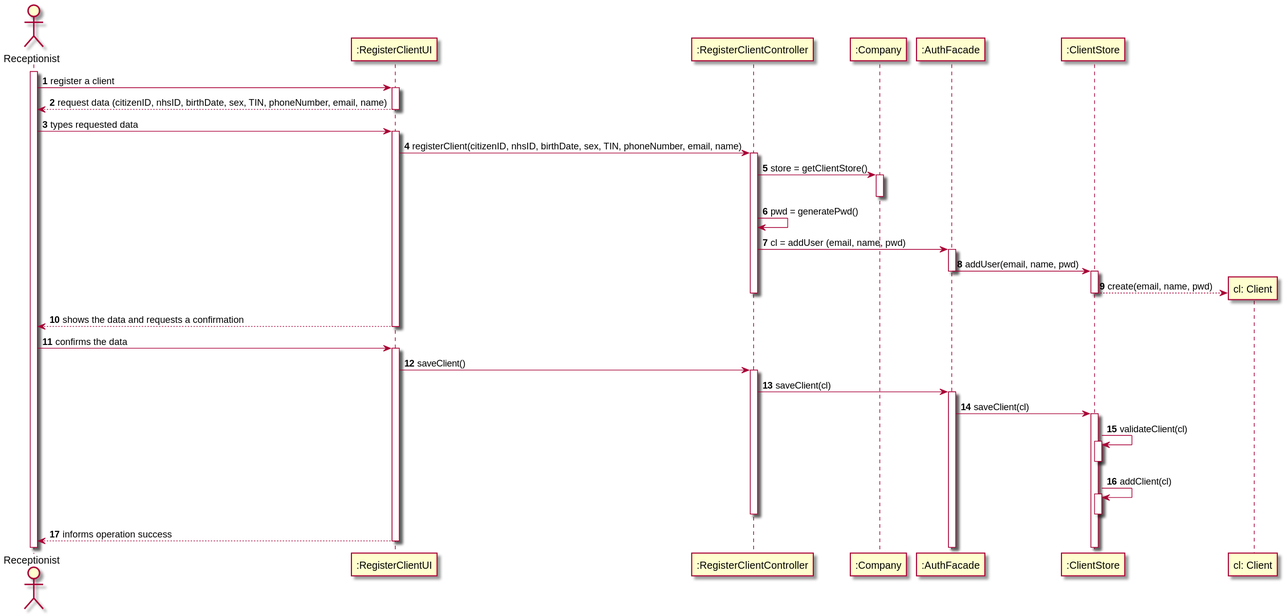
This is docs/SprintB/US03/US03-SD.svg from 0franciscor/lei-21-s2-1de-g19, a PlantUML export, as it was before one commit.
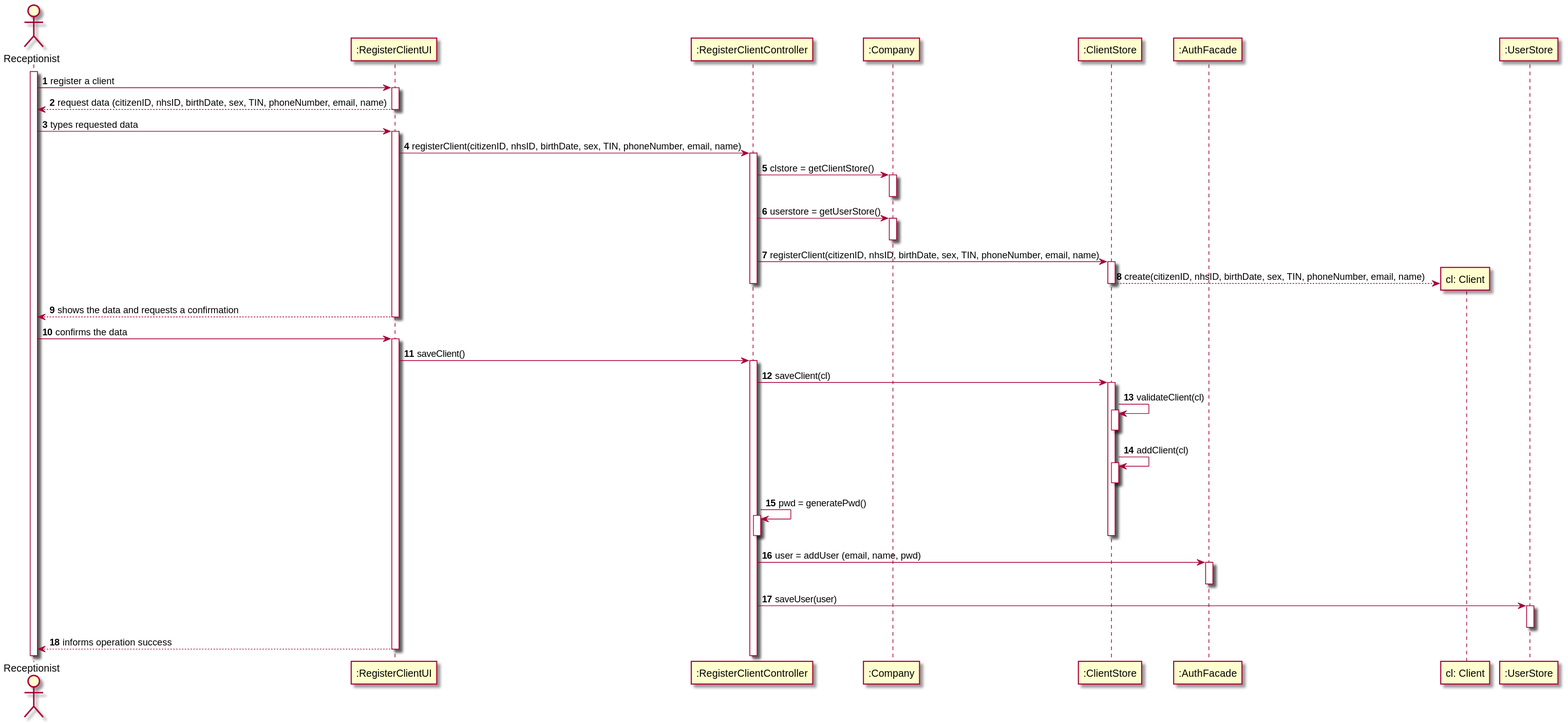
Later version of the same file.

Change to the diagram source:
```diff
@@ -14,19 +14,17 @@
 activate ":RegisterClientUI"
 ":RegisterClientUI" -> ":RegisterClientController": registerClient(citizenID, nhsID, birthDate, sex, TIN, phoneNumber, email, name)
 activate ":RegisterClientController"
-":RegisterClientController" -> ":Company": store = getClientStore()
+":RegisterClientController" -> ":Company": clstore = getClientStore()
 activate ":Company"
 deactivate ":Company"
-":RegisterClientController" -> ":RegisterClientController": pwd = generatePwd()
-":RegisterClientController" -> ":AuthFacade" : cl = addUser (email, name, pwd)
-
-activate ":AuthFacade"
-
-":AuthFacade" -> ":ClientStore": addUser(email, name, pwd)
+":RegisterClientController" -> ":Company": userstore = getUserStore()
+activate ":Company"
+deactivate ":Company"
+":RegisterClientController" -> ":ClientStore" : registerClient(citizenID, nhsID, birthDate, sex, TIN, phoneNumber, email, name)
 deactivate ":AuthFacade"
 activate ":ClientStore"
 create "cl: Client"
-":ClientStore" --> "cl: Client": create(email, name, pwd)
+":ClientStore" --> "cl: Client": create(citizenID, nhsID, birthDate, sex, TIN, phoneNumber, email, name)
 deactivate ":ClientStore"
 deactivate ":RegisterClientController"
 ":RegisterClientUI" --> R: shows the data and requests a confirmation
@@ -35,16 +33,23 @@
 activate ":RegisterClientUI"
 ":RegisterClientUI" -> ":RegisterClientController": saveClient()
 activate ":RegisterClientController"
-":RegisterClientController" -> ":AuthFacade" ++: saveClient(cl)
-":AuthFacade" -> ":ClientStore": saveClient(cl)
-activate ":ClientStore"
+":RegisterClientController" -> ":ClientStore" ++: saveClient(cl)
 ":ClientStore" -> ":ClientStore": validateClient(cl)
 activate ":ClientStore"
 deactivate ":ClientStore"
 ":ClientStore" -> ":ClientStore": addClient(cl)
 activate ":ClientStore"
 deactivate ":ClientStore"
+":RegisterClientController" -> ":RegisterClientController": pwd = generatePwd()
+activate ":RegisterClientController"
 deactivate ":RegisterClientController"
+deactivate ":ClientStore"
+":RegisterClientController" -> ":AuthFacade" : user = addUser (email, name, pwd)
+activate ":AuthFacade"
+deactivate ":AuthFacade"
+":RegisterClientController" -> ":UserStore": saveUser(user)
+activate ":UserStore"
+deactivate ":UserStore"
 ":RegisterClientUI" --> R: informs operation success
 deactivate ":RegisterClientUI"
 
```
